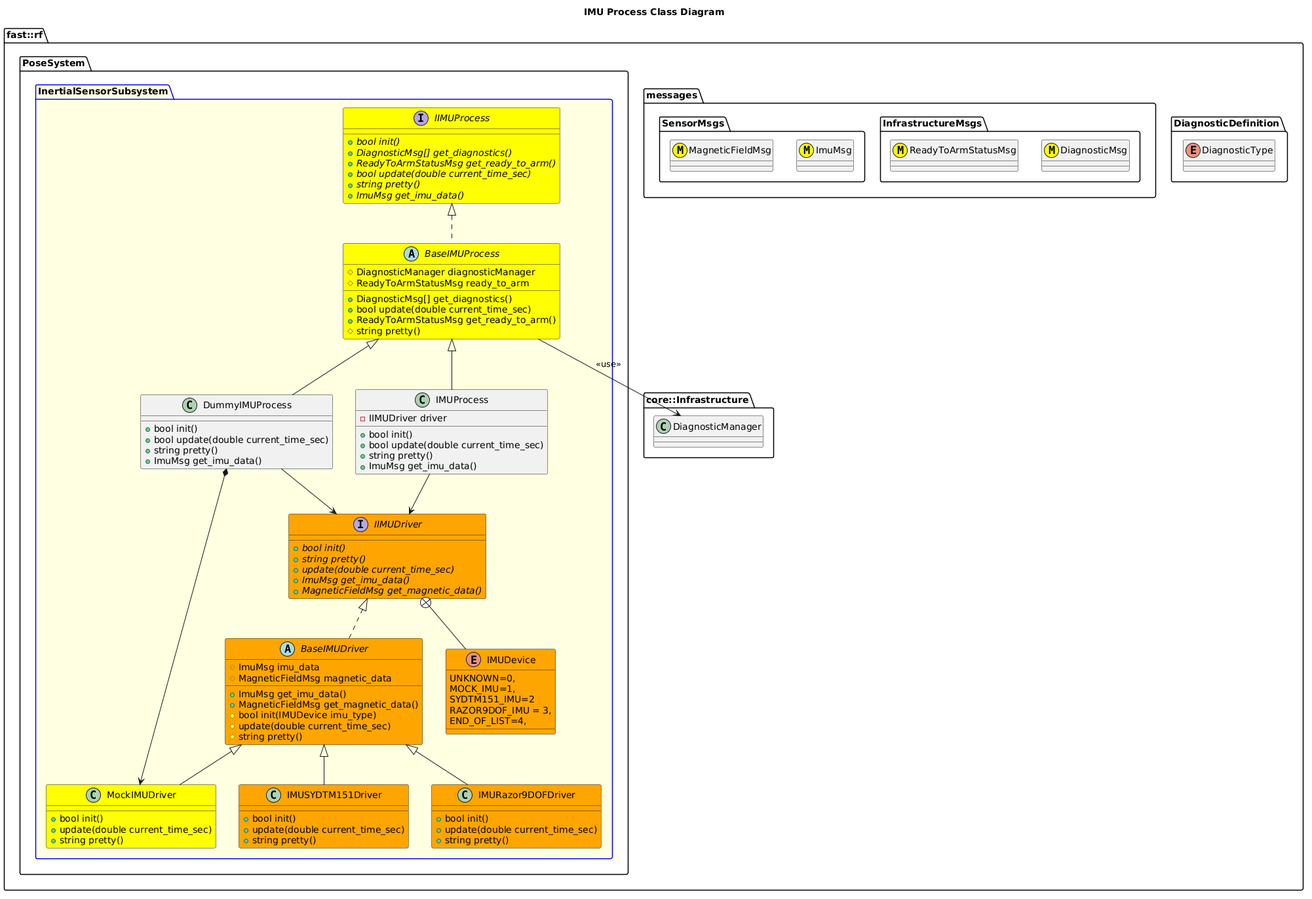
fastrobotics/robot_framework keeps this PlantUML diagram as Systems/Pose/Subsystems/InertialSensor/Processes/IMU/doc/puml/IMUProcessClassDiagram.png. Above is the earlier version.
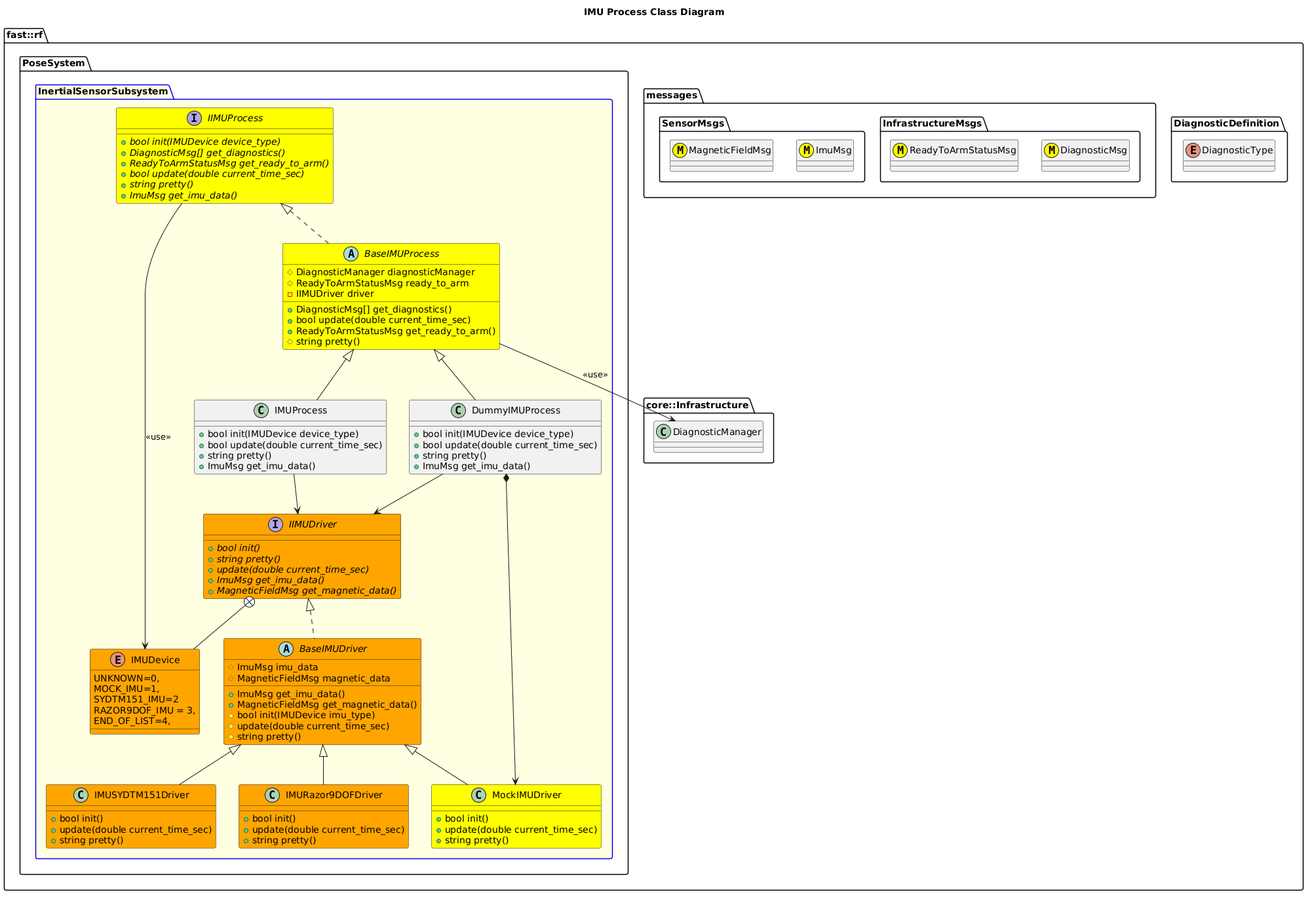
After the change.

What changed in the source:
```diff
@@ -21,13 +21,15 @@
   namespace PoseSystem {
     package InertialSensorSubsystem #LightYellow;line:blue {
         interface IIMUProcess #Yellow {
-          +{abstract} bool init()
+          +{abstract} bool init(IMUDevice device_type)
           +{abstract} DiagnosticMsg[] get_diagnostics()
           +{abstract} ReadyToArmStatusMsg get_ready_to_arm()
           +{abstract} bool update(double current_time_sec)
           +{abstract} string pretty()
           +{abstract} ImuMsg get_imu_data()
         }
+        IIMUProcess --> IMUDevice: <<use>>
+
         abstract BaseIMUProcess #Yellow {
           +DiagnosticMsg[] get_diagnostics()
           +bool update(double current_time_sec)
@@ -35,6 +37,7 @@
           #string pretty()
           #DiagnosticManager diagnosticManager
           #ReadyToArmStatusMsg ready_to_arm
+          -IIMUDriver driver
 
         }
         BaseIMUProcess .up.|> IIMUProcess
@@ -87,16 +90,16 @@
         }
         IMURazor9DOFDriver -up-|> BaseIMUDriver
         class IMUProcess {
-          +bool init()
+          +bool init(IMUDevice device_type)
           +bool update(double current_time_sec)
           +string pretty()
           +ImuMsg get_imu_data()
-          -IIMUDriver driver
+
         }
         IMUProcess -up-|> BaseIMUProcess
         IMUProcess --> IIMUDriver
         class DummyIMUProcess {
-          +bool init()
+          +bool init(IMUDevice device_type)
           +bool update(double current_time_sec)
           +string pretty()
           +ImuMsg get_imu_data()
```
